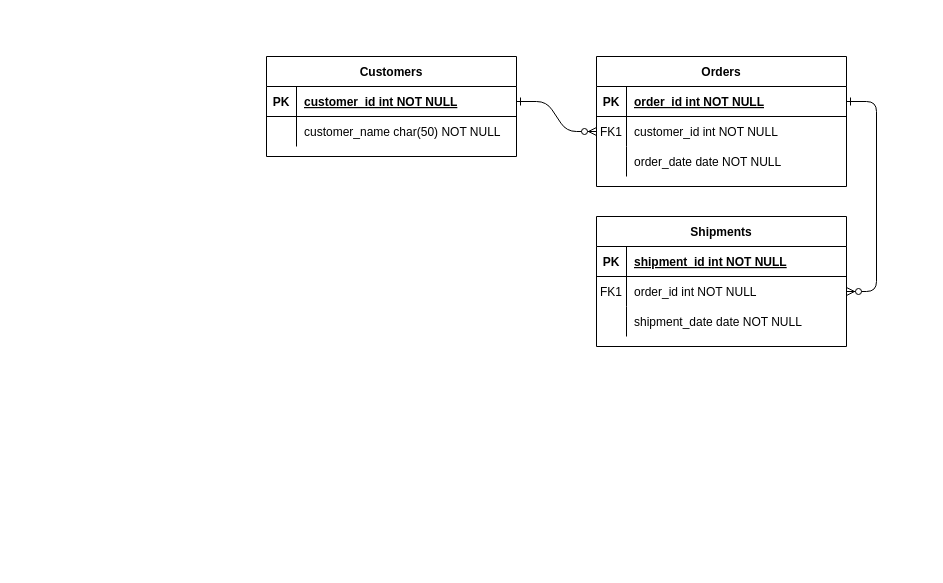
Earlier version of the draw.io diagram ERDAbsensi.drawio (Sacrit38/CPP-Ponggame). Source tidied: cells renumbered, new cells numbered last; positions are measured from the earlier drawing's top-left corner, leaving out a move shared by most shapes. Both pictures are drawn from the tidied source at 100%, with x=0, y=0 at pixel (266, 56).
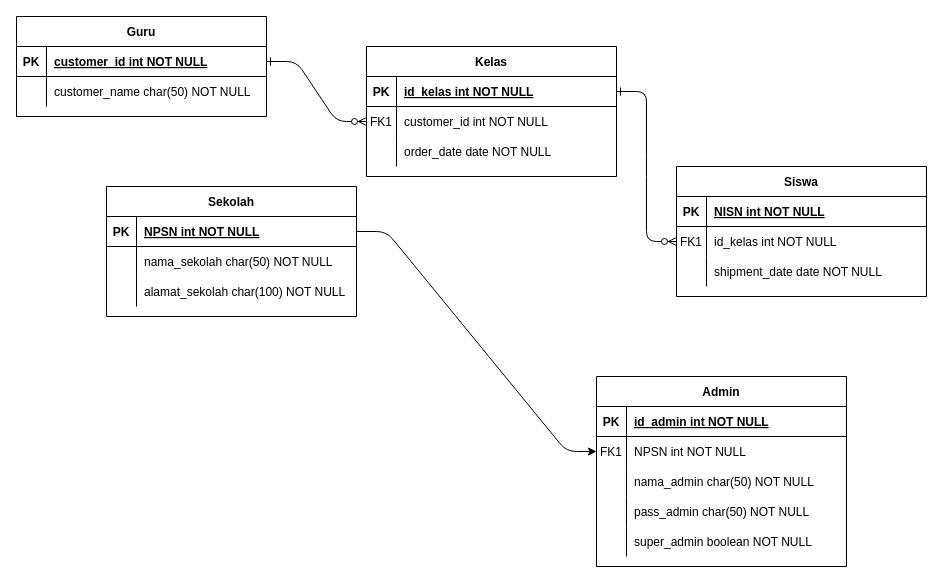
The same page after the edit.

The change refers to these unchanged cells:
```xml
<mxCell id="5" style="shape=partialRectangle;fillColor=none;points=[[0,0.5],[1,0.5]];portConstraint=eastwest;top=0;left=0;right=0;bottom=1;" parent="4" vertex="1">
  <mxGeometry y="30" width="250" height="30" as="geometry" />
</mxCell>
<mxCell id="15" style="shape=partialRectangle;fillColor=none;top=0;left=0;right=0;bottom=1;" parent="14" vertex="1">
  <mxGeometry y="30" width="250" height="30" as="geometry" />
</mxCell>
<mxCell id="18" style="shape=partialRectangle;fillColor=none;points=[[0,0.5],[1,0.5]];portConstraint=eastwest;top=0;left=0;right=0;bottom=0;" parent="14" vertex="1">
  <mxGeometry y="60" width="250" height="30" as="geometry" />
</mxCell>
```

The edit, as a diff of the source:
```diff
@@
-    <mxCell id="4" value="Orders" style="shape=table;startSize=30;childLayout=tableLayout;rowLines=0;fontStyle=1;align=center;" parent="1" vertex="1">
-      <mxGeometry x="330" width="250" height="130" as="geometry" />
+    <mxCell id="4" value="Kelas" style="shape=table;startSize=30;childLayout=tableLayout;rowLines=0;fontStyle=1;align=center;" parent="1" vertex="1">
+      <mxGeometry x="100" y="-10" width="250" height="130" as="geometry" />
     </mxCell>
@@
-    <mxCell id="7" value="order_id int NOT NULL " style="shape=partialRectangle;overflow=hidden;fillColor=none;top=0;left=0;bottom=0;right=0;align=left;spacingLeft=6;fontStyle=5;" parent="5" vertex="1">
+    <mxCell id="7" value="id_kelas int NOT NULL " style="shape=partialRectangle;overflow=hidden;fillColor=none;top=0;left=0;bottom=0;right=0;align=left;spacingLeft=6;fontStyle=5;" parent="5" vertex="1">
       <mxGeometry x="30" width="220" height="30" as="geometry" />
     </mxCell>
@@
-    <mxCell id="14" value="Shipments" style="shape=table;startSize=30;childLayout=tableLayout;rowLines=0;fontStyle=1;align=center;" parent="1" vertex="1">
-      <mxGeometry x="330" y="160" width="250" height="130" as="geometry" />
+    <mxCell id="14" value="Siswa" style="shape=table;startSize=30;childLayout=tableLayout;rowLines=0;fontStyle=1;align=center;" parent="1" vertex="1">
+      <mxGeometry x="410" y="110" width="250" height="130" as="geometry" />
     </mxCell>
@@
-    <mxCell id="17" value="shipment_id int NOT NULL " style="shape=partialRectangle;overflow=hidden;fillColor=none;top=0;left=0;bottom=0;right=0;align=left;spacingLeft=6;fontStyle=5;" parent="15" vertex="1">
+    <mxCell id="17" value="NISN int NOT NULL " style="shape=partialRectangle;overflow=hidden;fillColor=none;top=0;left=0;bottom=0;right=0;align=left;spacingLeft=6;fontStyle=5;" parent="15" vertex="1">
       <mxGeometry x="30" width="220" height="30" as="geometry" />
     </mxCell>
@@
-    <mxCell id="20" value="order_id int NOT NULL" style="shape=partialRectangle;overflow=hidden;fillColor=none;top=0;left=0;bottom=0;right=0;align=left;spacingLeft=6;" parent="18" vertex="1">
+    <mxCell id="20" value="id_kelas int NOT NULL" style="shape=partialRectangle;overflow=hidden;fillColor=none;top=0;left=0;bottom=0;right=0;align=left;spacingLeft=6;" parent="18" vertex="1">
       <mxGeometry x="30" width="220" height="30" as="geometry" />
     </mxCell>
@@
-    <mxCell id="24" value="Customers" style="shape=table;startSize=30;childLayout=tableLayout;rowLines=0;fontStyle=1;align=center;" parent="1" vertex="1">
-      <mxGeometry width="250" height="100" as="geometry" />
+    <mxCell id="24" value="Guru" style="shape=table;startSize=30;childLayout=tableLayout;rowLines=0;fontStyle=1;align=center;" parent="1" vertex="1">
+      <mxGeometry x="-250" y="-40" width="250" height="100" as="geometry" />
     </mxCell>
@@
+    <mxCell id="31" value="Sekolah" style="shape=table;startSize=30;childLayout=tableLayout;rowLines=0;fontStyle=1;align=center;" parent="1" vertex="1">
+      <mxGeometry x="-160" y="130" width="250" height="130" as="geometry" />
+    </mxCell>
+    <mxCell id="32" style="shape=partialRectangle;fillColor=none;points=[[0,0.5],[1,0.5]];portConstraint=eastwest;top=0;left=0;right=0;bottom=1;" parent="31" vertex="1">
+      <mxGeometry y="30" width="250" height="30" as="geometry" />
+    </mxCell>
+    <mxCell id="33" value="PK" style="shape=partialRectangle;overflow=hidden;fillColor=none;top=0;left=0;bottom=0;right=0;fontStyle=1;" parent="32" vertex="1">
+      <mxGeometry width="30" height="30" as="geometry" />
+    </mxCell>
+    <mxCell id="34" value="NPSN int NOT NULL " style="shape=partialRectangle;overflow=hidden;fillColor=none;top=0;left=0;bottom=0;right=0;align=left;spacingLeft=6;fontStyle=5;" parent="32" vertex="1">
+      <mxGeometry x="30" width="220" height="30" as="geometry" />
+    </mxCell>
+    <mxCell id="35" style="shape=partialRectangle;fillColor=none;top=0;left=0;right=0;bottom=0;" parent="31" vertex="1">
+      <mxGeometry y="60" width="250" height="30" as="geometry" />
+    </mxCell>
+    <mxCell id="36" style="shape=partialRectangle;overflow=hidden;fillColor=none;top=0;left=0;bottom=0;right=0;" parent="35" vertex="1">
+      <mxGeometry width="30" height="30" as="geometry" />
+    </mxCell>
+    <mxCell id="37" value="nama_sekolah char(50) NOT NULL" style="shape=partialRectangle;overflow=hidden;fillColor=none;top=0;left=0;bottom=0;right=0;align=left;spacingLeft=6;" parent="35" vertex="1">
+      <mxGeometry x="30" width="220" height="30" as="geometry" />
+    </mxCell>
+    <mxCell id="38" style="shape=partialRectangle;fillColor=none;top=0;left=0;right=0;bottom=0;" parent="31" vertex="1">
+      <mxGeometry y="90" width="250" height="30" as="geometry" />
+    </mxCell>
+    <mxCell id="39" style="shape=partialRectangle;overflow=hidden;fillColor=none;top=0;left=0;bottom=0;right=0;" parent="38" vertex="1">
+      <mxGeometry width="30" height="30" as="geometry" />
+    </mxCell>
+    <mxCell id="40" value="alamat_sekolah char(100) NOT NULL" style="shape=partialRectangle;overflow=hidden;fillColor=none;top=0;left=0;bottom=0;right=0;align=left;spacingLeft=6;" parent="38" vertex="1">
+      <mxGeometry x="30" width="220" height="30" as="geometry" />
+    </mxCell>
+    <mxCell id="41" value="Admin" style="shape=table;startSize=30;childLayout=tableLayout;rowLines=0;fontStyle=1;align=center;" parent="1" vertex="1">
+      <mxGeometry x="330" y="320" width="250" height="190" as="geometry" />
+    </mxCell>
+    <mxCell id="42" style="shape=partialRectangle;fillColor=none;top=0;left=0;right=0;bottom=1;" parent="41" vertex="1">
+      <mxGeometry y="30" width="250" height="30" as="geometry" />
+    </mxCell>
+    <mxCell id="43" value="PK" style="shape=partialRectangle;overflow=hidden;fillColor=none;top=0;left=0;bottom=0;right=0;fontStyle=1;" parent="42" vertex="1">
+      <mxGeometry width="30" height="30" as="geometry" />
+    </mxCell>
+    <mxCell id="44" value="id_admin int NOT NULL " style="shape=partialRectangle;overflow=hidden;fillColor=none;top=0;left=0;bottom=0;right=0;align=left;spacingLeft=6;fontStyle=5;" parent="42" vertex="1">
+      <mxGeometry x="30" width="220" height="30" as="geometry" />
+    </mxCell>
+    <mxCell id="45" style="shape=partialRectangle;fillColor=none;points=[[0,0.5],[1,0.5]];portConstraint=eastwest;top=0;left=0;right=0;bottom=0;" parent="41" vertex="1">
+      <mxGeometry y="60" width="250" height="30" as="geometry" />
+    </mxCell>
+    <mxCell id="46" value="FK1" style="shape=partialRectangle;overflow=hidden;fillColor=none;top=0;left=0;bottom=0;right=0;" parent="45" vertex="1">
+      <mxGeometry width="30" height="30" as="geometry" />
+    </mxCell>
+    <mxCell id="47" value="NPSN int NOT NULL" style="shape=partialRectangle;overflow=hidden;fillColor=none;top=0;left=0;bottom=0;right=0;align=left;spacingLeft=6;" parent="45" vertex="1">
+      <mxGeometry x="30" width="220" height="30" as="geometry" />
+    </mxCell>
+    <mxCell id="48" style="shape=partialRectangle;fillColor=none;top=0;left=0;right=0;bottom=0;" parent="41" vertex="1">
+      <mxGeometry y="90" width="250" height="30" as="geometry" />
+    </mxCell>
+    <mxCell id="49" style="shape=partialRectangle;overflow=hidden;fillColor=none;top=0;left=0;bottom=0;right=0;" parent="48" vertex="1">
+      <mxGeometry width="30" height="30" as="geometry" />
+    </mxCell>
+    <mxCell id="50" value="nama_admin char(50) NOT NULL" style="shape=partialRectangle;overflow=hidden;fillColor=none;top=0;left=0;bottom=0;right=0;align=left;spacingLeft=6;" parent="48" vertex="1">
+      <mxGeometry x="30" width="220" height="30" as="geometry" />
+    </mxCell>
+    <mxCell id="51" style="shape=partialRectangle;fillColor=none;top=0;left=0;right=0;bottom=0;" parent="41" vertex="1">
+      <mxGeometry y="120" width="250" height="30" as="geometry" />
+    </mxCell>
+    <mxCell id="52" style="shape=partialRectangle;overflow=hidden;fillColor=none;top=0;left=0;bottom=0;right=0;" parent="51" vertex="1">
+      <mxGeometry width="30" height="30" as="geometry" />
+    </mxCell>
+    <mxCell id="53" value="pass_admin char(50) NOT NULL" style="shape=partialRectangle;overflow=hidden;fillColor=none;top=0;left=0;bottom=0;right=0;align=left;spacingLeft=6;" parent="51" vertex="1">
+      <mxGeometry x="30" width="220" height="30" as="geometry" />
+    </mxCell>
+    <mxCell id="54" style="shape=partialRectangle;fillColor=none;top=0;left=0;right=0;bottom=0;" parent="41" vertex="1">
+      <mxGeometry y="150" width="250" height="30" as="geometry" />
+    </mxCell>
+    <mxCell id="55" style="shape=partialRectangle;overflow=hidden;fillColor=none;top=0;left=0;bottom=0;right=0;" parent="54" vertex="1">
+      <mxGeometry width="30" height="30" as="geometry" />
+    </mxCell>
+    <mxCell id="56" value="super_admin boolean NOT NULL" style="shape=partialRectangle;overflow=hidden;fillColor=none;top=0;left=0;bottom=0;right=0;align=left;spacingLeft=6;" parent="54" vertex="1">
+      <mxGeometry x="30" width="220" height="30" as="geometry" />
+    </mxCell>
+    <mxCell id="57" style="edgeStyle=entityRelationEdgeStyle;rounded=1;jettySize=auto;html=1;entryX=0;entryY=0.5;entryDx=0;entryDy=0;curved=0;" parent="1" edge="1" source="32" target="45">
+      <mxGeometry relative="1" as="geometry" />
+    </mxCell>
```
